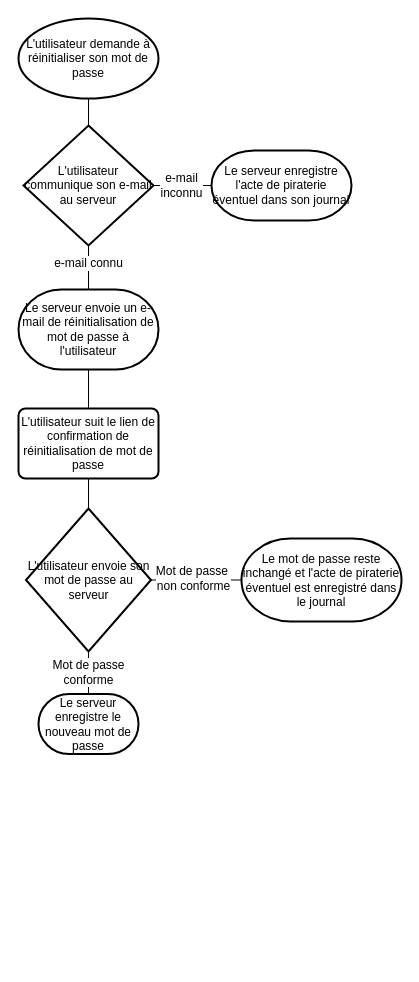
Earlier version of the draw.io diagram features/Authentication/img/ResetUserPassword-fr.drawio (shopozor/saleor-backend). Source tidied: cells renumbered, new cells numbered last; positions are measured from the earlier drawing's top-left corner, leaving out a move shared by most shapes. Both pictures are drawn from the tidied source at 100%, with x=0, y=0 at pixel (18, 18).
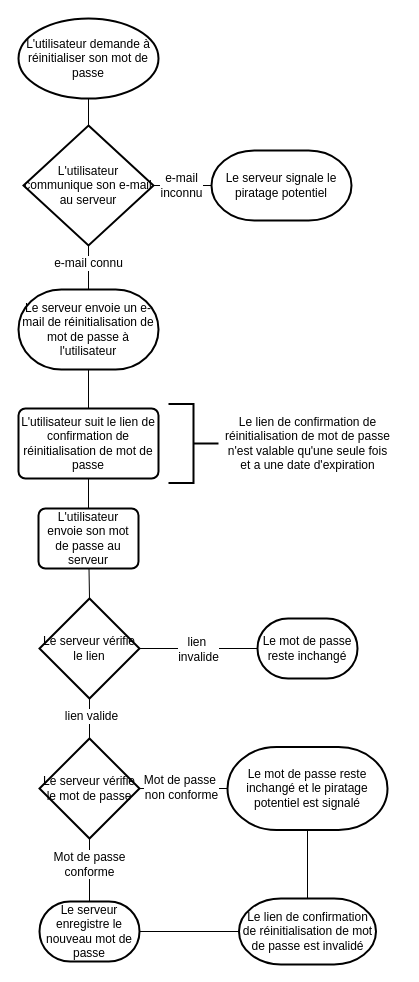
After the change.

The change refers to these unchanged cells:
```xml
<mxCell id="18" value="&lt;span&gt;L'utilisateur suit le lien de confirmation de réinitialisation de mot de passe&lt;/span&gt;" style="rounded=1;whiteSpace=wrap;html=1;absoluteArcSize=1;arcSize=14;strokeWidth=2;" parent="1" vertex="1">
  <mxGeometry y="390" width="140" height="70" as="geometry" />
</mxCell>
```

Diff of the diagram source:
```diff
@@
-    <mxCell id="4" value="Le serveur enregistre l'acte de piraterie éventuel dans son journal" style="strokeWidth=2;html=1;shape=mxgraph.flowchart.terminator;whiteSpace=wrap;" parent="1" vertex="1">
+    <mxCell id="4" value="Le serveur signale le piratage potentiel" style="strokeWidth=2;html=1;shape=mxgraph.flowchart.terminator;whiteSpace=wrap;" parent="1" vertex="1">
       <mxGeometry x="193" y="132" width="140" height="70" as="geometry" />
     </mxCell>
@@
-    <mxCell id="11" value="L'utilisateur envoie son mot de passe au serveur" style="strokeWidth=2;html=1;shape=mxgraph.flowchart.decision;whiteSpace=wrap;" parent="1" vertex="1">
-      <mxGeometry x="7.5" y="490" width="125" height="143" as="geometry" />
-    </mxCell>
-    <mxCell id="12" value="Le mot de passe reste inchangé et l'acte de piraterie éventuel est enregistré dans le journal" style="strokeWidth=2;html=1;shape=mxgraph.flowchart.terminator;whiteSpace=wrap;" parent="1" vertex="1">
-      <mxGeometry x="223" y="520" width="160" height="83" as="geometry" />
+    <mxCell id="12" value="Le mot de passe reste inchangé et le piratage potentiel est signalé" style="strokeWidth=2;html=1;shape=mxgraph.flowchart.terminator;whiteSpace=wrap;" parent="1" vertex="1">
+      <mxGeometry x="209" y="728.5" width="160" height="83" as="geometry" />
     </mxCell>
-    <mxCell id="13" style="endArrow=none;html=1;entryX=0;entryY=0.5;entryDx=0;entryDy=0;entryPerimeter=0;" parent="1" edge="1" source="11" target="12">
+    <mxCell id="13" style="endArrow=none;html=1;entryX=0;entryY=0.5;entryDx=0;entryDy=0;entryPerimeter=0;exitX=1;exitY=0.5;exitDx=0;exitDy=0;exitPerimeter=0;" parent="1" edge="1" source="25" target="12">
       <mxGeometry relative="1" as="geometry" />
     </mxCell>
@@
     <mxCell id="15" value="Le serveur enregistre le nouveau mot de passe" style="strokeWidth=2;html=1;shape=mxgraph.flowchart.terminator;whiteSpace=wrap;" parent="1" vertex="1">
-      <mxGeometry x="20" y="675.5" width="100" height="60" as="geometry" />
+      <mxGeometry x="21" y="883" width="100" height="60" as="geometry" />
     </mxCell>
-    <mxCell id="16" style="endArrow=none;html=1;entryX=0.5;entryY=0;entryDx=0;entryDy=0;entryPerimeter=0;" parent="1" edge="1" source="11" target="15">
+    <mxCell id="16" style="endArrow=none;html=1;entryX=0.5;entryY=0;entryDx=0;entryDy=0;entryPerimeter=0;exitX=0.5;exitY=1;exitDx=0;exitDy=0;exitPerimeter=0;" parent="1" edge="1" source="25" target="15">
       <mxGeometry relative="1" as="geometry" />
     </mxCell>
@@
-    <mxCell id="20" style="endArrow=none;html=1;entryX=0.5;entryY=0;entryDx=0;entryDy=0;entryPerimeter=0;" parent="1" edge="1" source="18" target="11">
+    <mxCell id="20" style="endArrow=none;html=1;entryX=0.5;entryY=0;entryDx=0;entryDy=0;" parent="1" edge="1" source="18" target="11">
       <mxGeometry relative="1" as="geometry" />
     </mxCell>
+    <mxCell id="21" value="Le lien de confirmation de réinitialisation de mot de passe est invalidé" style="strokeWidth=2;html=1;shape=mxgraph.flowchart.terminator;whiteSpace=wrap;" parent="1" vertex="1">
+      <mxGeometry x="220.5" y="880" width="137" height="66" as="geometry" />
+    </mxCell>
+    <mxCell id="22" style="endArrow=none;html=1;entryX=0.5;entryY=0;entryDx=0;entryDy=0;entryPerimeter=0;" parent="1" edge="1" source="12" target="21">
+      <mxGeometry relative="1" as="geometry" />
+    </mxCell>
+    <mxCell id="23" style="endArrow=none;html=1;entryX=0;entryY=0.5;entryDx=0;entryDy=0;entryPerimeter=0;" parent="1" edge="1" source="15" target="21">
+      <mxGeometry relative="1" as="geometry" />
+    </mxCell>
+    <mxCell id="24" value="Le serveur vérifie le lien" style="strokeWidth=2;html=1;shape=mxgraph.flowchart.decision;whiteSpace=wrap;" parent="1" vertex="1">
+      <mxGeometry x="21" y="580" width="100" height="100" as="geometry" />
+    </mxCell>
+    <mxCell id="25" value="Le serveur vérifie le mot de passe" style="strokeWidth=2;html=1;shape=mxgraph.flowchart.decision;whiteSpace=wrap;" parent="1" vertex="1">
+      <mxGeometry x="21" y="720" width="100" height="100" as="geometry" />
+    </mxCell>
+    <mxCell id="26" style="endArrow=none;html=1;entryX=0.5;entryY=0;entryDx=0;entryDy=0;entryPerimeter=0;" parent="1" edge="1" source="24" target="25">
+      <mxGeometry relative="1" as="geometry" />
+    </mxCell>
+    <mxCell id="27" value="lien valide" style="text;html=1;align=center;verticalAlign=middle;labelBackgroundColor=#ffffff;" parent="26" vertex="1">
+      <mxGeometry x="0.5" relative="1" as="geometry">
+        <mxPoint x="1" y="-13" as="offset" />
+      </mxGeometry>
+    </mxCell>
+    <mxCell id="28" value="Le mot de passe reste inchangé" style="strokeWidth=2;html=1;shape=mxgraph.flowchart.terminator;whiteSpace=wrap;" parent="1" vertex="1">
+      <mxGeometry x="239" y="600" width="100" height="60" as="geometry" />
+    </mxCell>
+    <mxCell id="29" style="endArrow=none;html=1;entryX=0;entryY=0.5;entryDx=0;entryDy=0;entryPerimeter=0;" parent="1" edge="1" source="24" target="28">
+      <mxGeometry relative="1" as="geometry" />
+    </mxCell>
+    <mxCell id="30" value="lien&amp;nbsp;&lt;br&gt;invalide&lt;br&gt;" style="text;html=1;align=center;verticalAlign=middle;labelBackgroundColor=#ffffff;" parent="29" vertex="1">
+      <mxGeometry x="-0.6" relative="1" as="geometry">
+        <mxPoint x="34" as="offset" />
+      </mxGeometry>
+    </mxCell>
+    <mxCell id="11" value="&lt;span&gt;L'utilisateur envoie son mot de passe au serveur&lt;/span&gt;" style="rounded=1;whiteSpace=wrap;html=1;absoluteArcSize=1;arcSize=14;strokeWidth=2;" parent="1" vertex="1">
+      <mxGeometry x="20" y="490" width="100" height="60" as="geometry" />
+    </mxCell>
+    <mxCell id="31" style="endArrow=none;html=1;entryX=0.5;entryY=0;entryDx=0;entryDy=0;entryPerimeter=0;" parent="1" edge="1" source="11" target="24">
+      <mxGeometry relative="1" as="geometry" />
+    </mxCell>
+    <mxCell id="32" style="strokeWidth=2;html=1;shape=mxgraph.flowchart.annotation_2;align=left;flipH=1;" parent="1" vertex="1">
+      <mxGeometry x="150" y="385.5" width="50" height="79" as="geometry" />
+    </mxCell>
+    <mxCell id="33" value="&lt;span&gt;Le lien de confirmation de réinitialisation de mot de passe n'est valable qu'une seule fois et a une date d'expiration&lt;/span&gt;" style="text;html=1;strokeColor=none;fillColor=none;align=center;verticalAlign=middle;whiteSpace=wrap;rounded=0;" parent="1" vertex="1">
+      <mxGeometry x="203.5" y="394.5" width="171" height="61" as="geometry" />
+    </mxCell>
```
